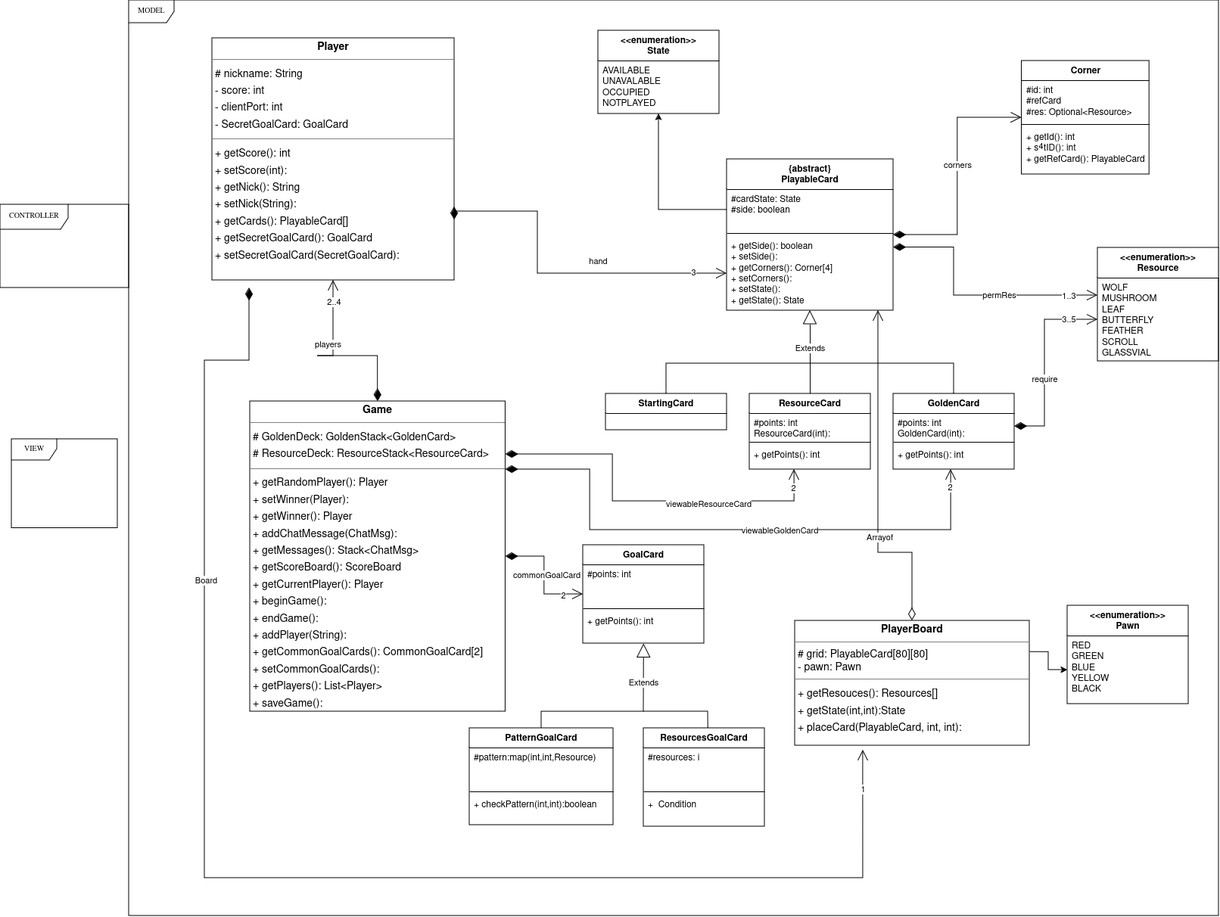
RogerTWS02/ing-sw-2024-Esposito-Falzoni-Frisone-Grassi keeps this draw.io diagram as UML method.png. Above is the earlier version. Source tidied: cells renumbered, new cells last; positions are measured from the earlier drawing's top-left corner, leaving out a move shared by most shapes.
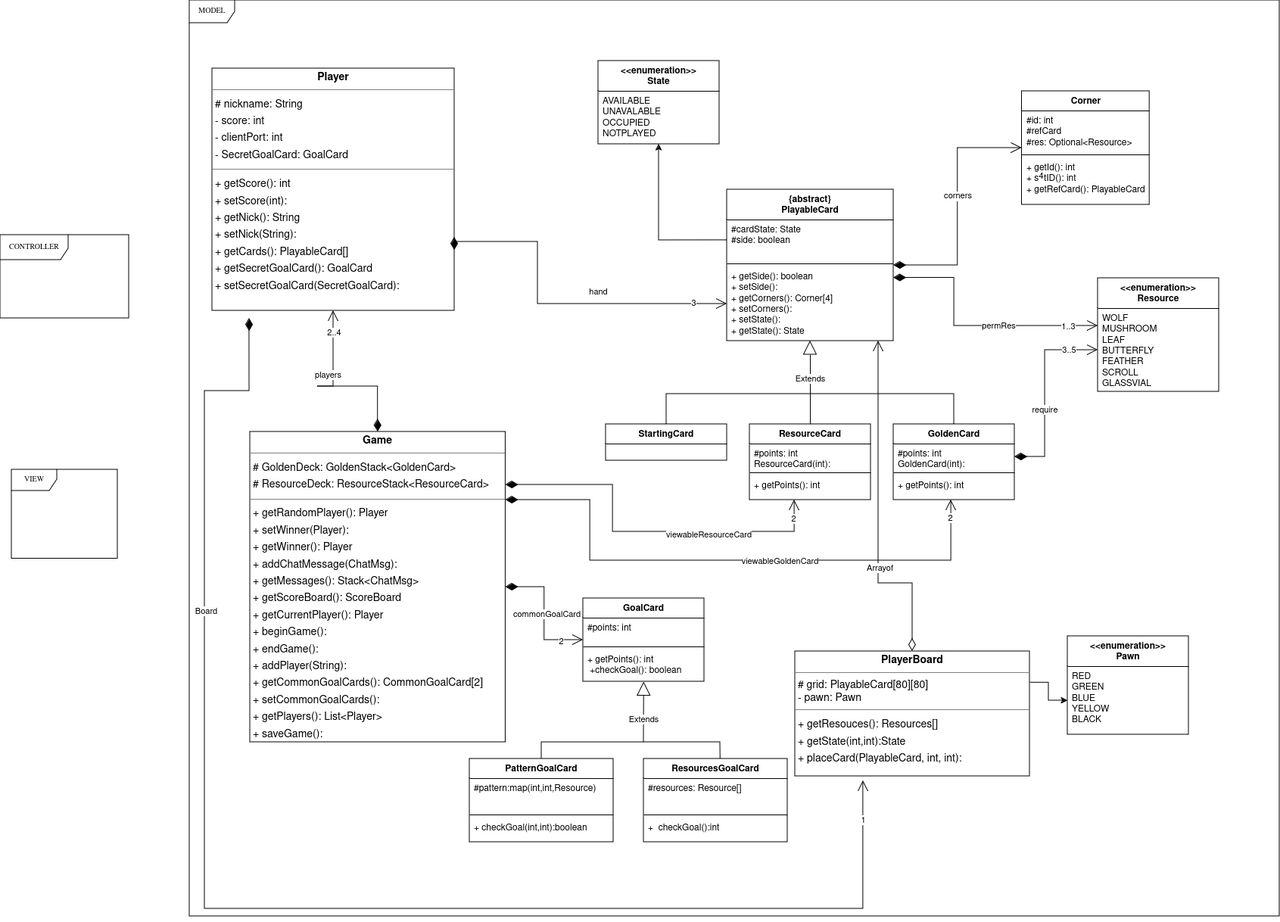
After the change.

Diff of the diagram source:
```diff
@@ -3,7 +3,7 @@
     <mxCell id="0" />
     <mxCell id="1" parent="0" />
     <mxCell id="2" value="MODEL" style="shape=umlFrame;whiteSpace=wrap;html=1;rounded=0;shadow=0;comic=0;labelBackgroundColor=none;strokeWidth=1;fontFamily=Verdana;fontSize=10;align=center;" parent="1" vertex="1">
-      <mxGeometry x="170" width="1440" height="1210" as="geometry" />
+      <mxGeometry x="250" y="-40" width="1440" height="1210" as="geometry" />
     </mxCell>
     <mxCell id="3" value="CONTROLLER" style="shape=umlFrame;whiteSpace=wrap;html=1;rounded=0;shadow=0;comic=0;labelBackgroundColor=none;strokeWidth=1;fontFamily=Verdana;fontSize=10;align=center;width=90;height=33;" parent="1" vertex="1">
       <mxGeometry y="270" width="170" height="110" as="geometry" />
@@ -11,7 +11,7 @@
     <mxCell id="4" value="{abstract}&lt;br&gt;PlayableCard" style="swimlane;fontStyle=1;align=center;verticalAlign=top;horizontal=1;startSize=40;whiteSpace=wrap;html=1;" parent="1" vertex="1">
       <mxGeometry x="960" y="210" width="220" height="200" as="geometry" />
     </mxCell>
-    <mxCell id="5" value="&lt;div&gt;#cardState: State&lt;/div&gt;&lt;div&gt;#side: boolean&lt;/div&gt;" style="text;strokeColor=none;fillColor=none;align=left;verticalAlign=top;spacingLeft=4;spacingRight=4;overflow=hidden;points=[[0,0.5],[1,0.5]];portConstraint=eastwest;whiteSpace=wrap;html=1;" parent="4" vertex="1">
+    <mxCell id="5" value="&lt;div&gt;#cardState: State&lt;/div&gt;&lt;div&gt;#side: boolean&lt;/div&gt;&lt;div&gt;&lt;br&gt;&lt;/div&gt;" style="text;strokeColor=none;fillColor=none;align=left;verticalAlign=top;spacingLeft=4;spacingRight=4;overflow=hidden;points=[[0,0.5],[1,0.5]];portConstraint=eastwest;whiteSpace=wrap;html=1;" parent="4" vertex="1">
       <mxGeometry y="40" width="220" height="54" as="geometry" />
     </mxCell>
     <mxCell id="6" style="line;strokeWidth=1;fillColor=none;align=left;verticalAlign=middle;spacingTop=-1;spacingLeft=3;spacingRight=3;labelPosition=right;strokeColor=inherit;" parent="4" vertex="1">
@@ -248,16 +248,16 @@
       <mxGeometry x="0.66" y="-2" relative="1" as="geometry" />
     </mxCell>
     <mxCell id="60" value="GoalCard" style="swimlane;fontStyle=1;align=center;verticalAlign=top;horizontal=1;startSize=26;whiteSpace=wrap;html=1;" parent="1" vertex="1">
-      <mxGeometry x="770" y="720" width="160" height="130" as="geometry" />
+      <mxGeometry x="770" y="750" width="160" height="110" as="geometry" />
     </mxCell>
     <mxCell id="61" value="#points: int" style="text;strokeColor=none;fillColor=none;align=left;verticalAlign=top;spacingLeft=4;spacingRight=4;overflow=hidden;whiteSpace=wrap;html=1;" parent="60" vertex="1">
-      <mxGeometry y="26" width="160" height="54" as="geometry" />
+      <mxGeometry y="26" width="160" height="34" as="geometry" />
     </mxCell>
     <mxCell id="62" style="line;strokeWidth=1;fillColor=none;align=left;verticalAlign=middle;spacingTop=-1;spacingLeft=3;spacingRight=3;labelPosition=right;strokeColor=inherit;" parent="60" vertex="1">
-      <mxGeometry y="80" width="160" height="8" as="geometry" />
+      <mxGeometry y="60" width="160" height="8" as="geometry" />
     </mxCell>
-    <mxCell id="63" value="+ getPoints(): int&lt;div&gt;&amp;nbsp;&lt;br&gt;&lt;/div&gt;" style="text;strokeColor=none;fillColor=none;align=left;verticalAlign=top;spacingLeft=4;spacingRight=4;overflow=hidden;points=[[0,0.5],[1,0.5]];portConstraint=eastwest;whiteSpace=wrap;html=1;" parent="60" vertex="1">
-      <mxGeometry y="88" width="160" height="42" as="geometry" />
+    <mxCell id="63" value="+ getPoints(): int&lt;div&gt;&amp;nbsp;+checkGoal(): boolean&lt;br&gt;&lt;/div&gt;" style="text;strokeColor=none;fillColor=none;align=left;verticalAlign=top;spacingLeft=4;spacingRight=4;overflow=hidden;points=[[0,0.5],[1,0.5]];portConstraint=eastwest;whiteSpace=wrap;html=1;" parent="60" vertex="1">
+      <mxGeometry y="68" width="160" height="42" as="geometry" />
     </mxCell>
     <mxCell id="64" style="endArrow=open;html=1;endSize=12;startArrow=diamondThin;startSize=14;startFill=1;edgeStyle=orthogonalEdgeStyle;align=left;verticalAlign=bottom;rounded=0;exitX=0.153;exitY=1.013;exitDx=0;exitDy=0;exitPerimeter=0;entryX=0.29;entryY=1;entryDx=0;entryDy=0;entryPerimeter=0;" parent="1" edge="1">
       <mxGeometry x="0.9" y="-110" relative="1" as="geometry">
@@ -292,28 +292,28 @@
       <mxGeometry x="-0.32" y="-2" relative="1" as="geometry" />
     </mxCell>
     <mxCell id="70" value="PatternGoalCard" style="swimlane;fontStyle=1;align=center;verticalAlign=top;horizontal=1;startSize=26;whiteSpace=wrap;html=1;" parent="1" vertex="1">
-      <mxGeometry x="620" y="962" width="190" height="128" as="geometry" />
+      <mxGeometry x="620" y="962" width="190" height="110" as="geometry" />
     </mxCell>
     <mxCell id="71" value="&lt;div&gt;#pattern:map(int,int,Resource)&lt;/div&gt;" style="text;strokeColor=none;fillColor=none;align=left;verticalAlign=top;spacingLeft=4;spacingRight=4;overflow=hidden;whiteSpace=wrap;html=1;" parent="70" vertex="1">
-      <mxGeometry y="26" width="190" height="54" as="geometry" />
+      <mxGeometry y="26" width="190" height="44" as="geometry" />
     </mxCell>
     <mxCell id="72" style="line;strokeWidth=1;fillColor=none;align=left;verticalAlign=middle;spacingTop=-1;spacingLeft=3;spacingRight=3;labelPosition=right;strokeColor=inherit;" parent="70" vertex="1">
-      <mxGeometry y="80" width="190" height="8" as="geometry" />
+      <mxGeometry y="70" width="190" height="8" as="geometry" />
     </mxCell>
-    <mxCell id="73" value="+ checkPattern(int,int):boolean" style="text;strokeColor=none;fillColor=none;align=left;verticalAlign=top;spacingLeft=4;spacingRight=4;overflow=hidden;whiteSpace=wrap;html=1;" parent="70" vertex="1">
-      <mxGeometry y="88" width="190" height="40" as="geometry" />
+    <mxCell id="73" value="+ checkGoal(int,int):boolean" style="text;strokeColor=none;fillColor=none;align=left;verticalAlign=top;spacingLeft=4;spacingRight=4;overflow=hidden;whiteSpace=wrap;html=1;" parent="70" vertex="1">
+      <mxGeometry y="78" width="190" height="32" as="geometry" />
     </mxCell>
     <mxCell id="74" value="ResourcesGoalCard" style="swimlane;fontStyle=1;align=center;verticalAlign=top;horizontal=1;startSize=26;whiteSpace=wrap;html=1;" parent="1" vertex="1">
-      <mxGeometry x="850" y="962" width="160" height="130" as="geometry" />
+      <mxGeometry x="850" y="962" width="190" height="110" as="geometry" />
     </mxCell>
-    <mxCell id="75" value="#resources: i" style="text;strokeColor=none;fillColor=none;align=left;verticalAlign=top;spacingLeft=4;spacingRight=4;overflow=hidden;whiteSpace=wrap;html=1;" parent="74" vertex="1">
-      <mxGeometry y="26" width="160" height="54" as="geometry" />
+    <mxCell id="75" value="#resources: Resource[]" style="text;strokeColor=none;fillColor=none;align=left;verticalAlign=top;spacingLeft=4;spacingRight=4;overflow=hidden;whiteSpace=wrap;html=1;" parent="74" vertex="1">
+      <mxGeometry y="26" width="190" height="44" as="geometry" />
     </mxCell>
     <mxCell id="76" style="line;strokeWidth=1;fillColor=none;align=left;verticalAlign=middle;spacingTop=-1;spacingLeft=3;spacingRight=3;labelPosition=right;strokeColor=inherit;" parent="74" vertex="1">
-      <mxGeometry y="80" width="160" height="8" as="geometry" />
+      <mxGeometry y="70" width="190" height="8" as="geometry" />
     </mxCell>
-    <mxCell id="77" value="+&amp;nbsp; Condition&amp;nbsp;" style="text;strokeColor=none;fillColor=none;align=left;verticalAlign=top;spacingLeft=4;spacingRight=4;overflow=hidden;whiteSpace=wrap;html=1;" parent="74" vertex="1">
-      <mxGeometry y="88" width="160" height="42" as="geometry" />
+    <mxCell id="77" value="+&amp;nbsp; checkGoal():int " style="text;strokeColor=none;fillColor=none;align=left;verticalAlign=top;spacingLeft=4;spacingRight=4;overflow=hidden;whiteSpace=wrap;html=1;" parent="74" vertex="1">
+      <mxGeometry y="78" width="190" height="32" as="geometry" />
     </mxCell>
     <mxCell id="78" value="Extends" style="endArrow=block;endSize=16;endFill=0;html=1;rounded=0;exitX=0.5;exitY=0;exitDx=0;exitDy=0;entryX=0.502;entryY=1.007;entryDx=0;entryDy=0;entryPerimeter=0;" parent="1" edge="1" source="70" target="63">
       <mxGeometry x="0.58" relative="1" as="geometry">
@@ -328,6 +328,7 @@
       <mxGeometry relative="1" as="geometry">
         <mxPoint x="850" y="940" as="targetPoint" />
         <Array as="points">
+          <mxPoint x="951" y="940" />
           <mxPoint x="935" y="940" />
         </Array>
       </mxGeometry>
```
